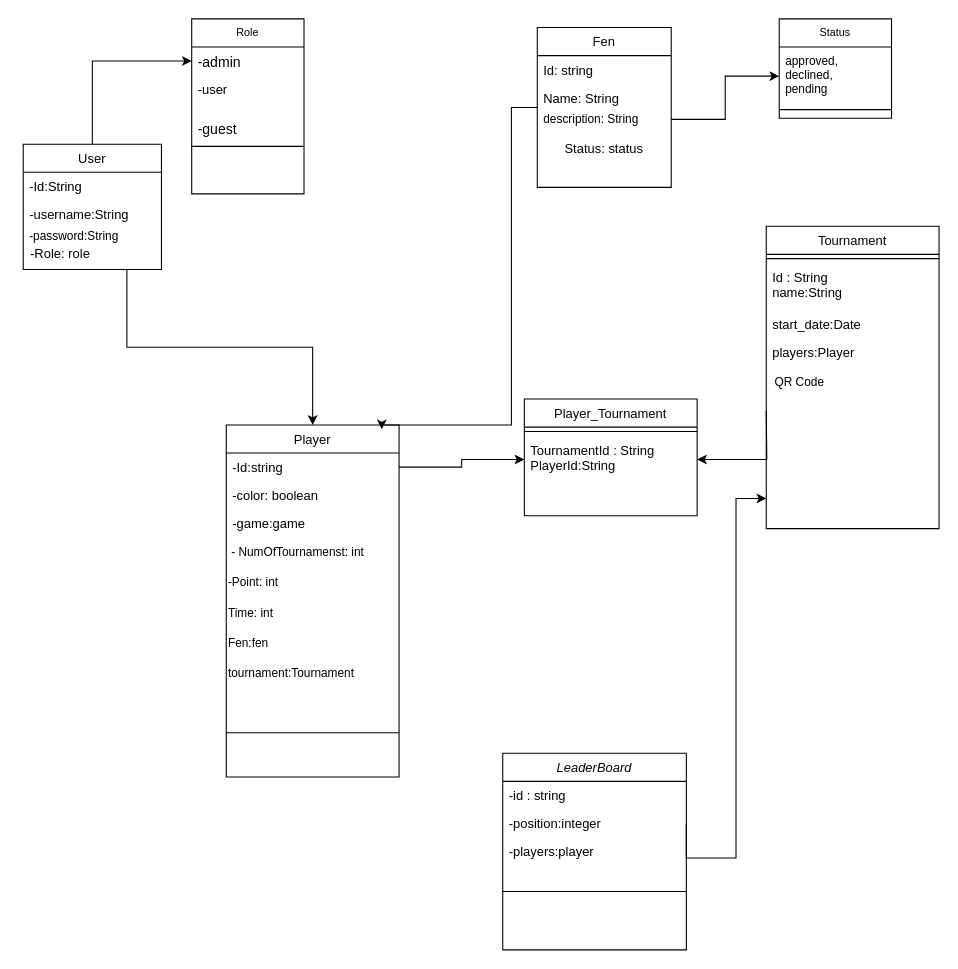
Before: chess_UML.drawio in MarijaMitrikeskaa/Chess_Spring, a draw.io diagram. Source tidied: cells renumbered, new cells numbered last; positions are measured from the earlier drawing's top-left corner, leaving out a move shared by most shapes. Both pictures are drawn from the tidied source at 108%, with x=0, y=0 at pixel (18, 18).
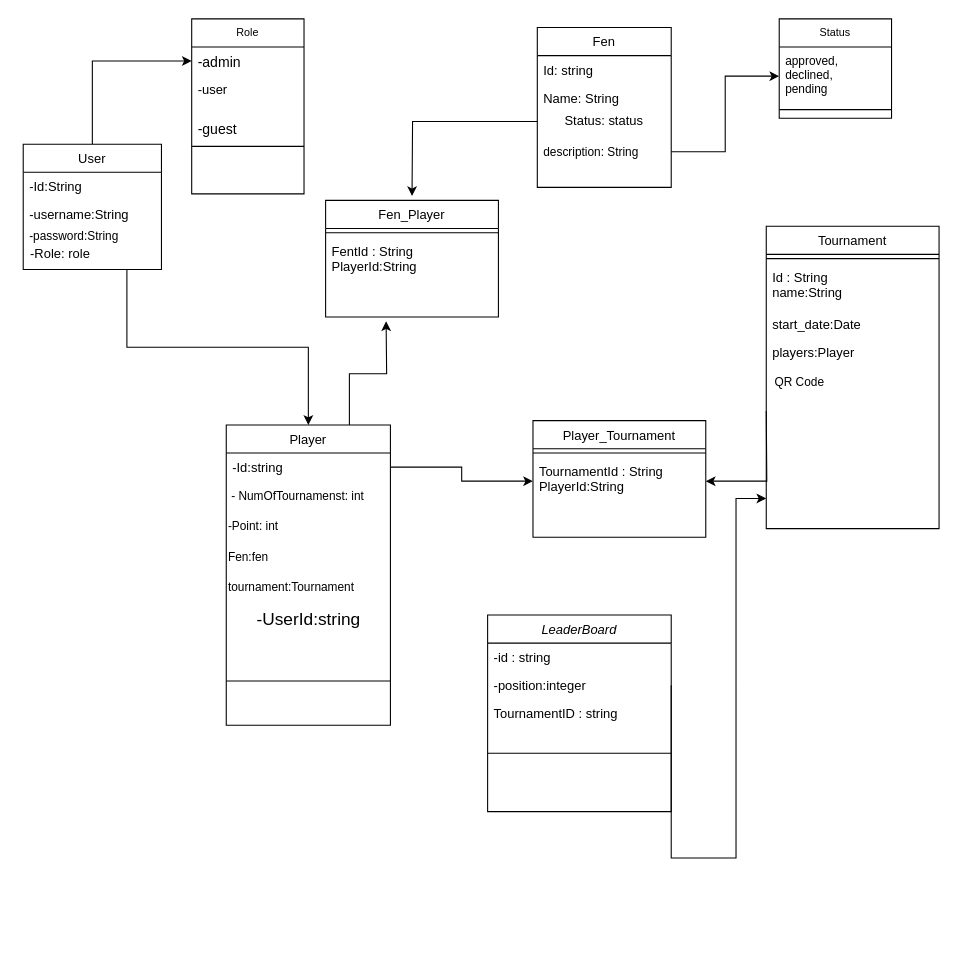
The same page after the edit.

The change refers to these unchanged cells:
```xml
<mxCell id="30" value="Fen" style="swimlane;fontStyle=0;align=center;verticalAlign=top;horizontal=1;startSize=26;rounded=0;shadow=0;strokeWidth=1;" parent="1" vertex="1">
  <mxGeometry x="480" y="8" width="124" height="148" as="geometry" />
</mxCell>
```

The edit, as a diff of the source:
```diff
@@
+    <mxCell id="51" style="edgeStyle=orthogonalEdgeStyle;rounded=0;jettySize=auto;html=1;exitX=0.75;exitY=0;exitDx=0;exitDy=0;" parent="1" edge="1" source="12">
+      <mxGeometry relative="1" as="geometry">
+        <mxPoint x="340" y="280" as="targetPoint" />
+      </mxGeometry>
+    </mxCell>
     <mxCell id="12" value="Player" style="swimlane;fontStyle=0;align=center;verticalAlign=top;horizontal=1;startSize=26;rounded=0;shadow=0;strokeWidth=1;" parent="1" vertex="1">
-      <mxGeometry x="192" y="376" width="160" height="326" as="geometry" />
+      <mxGeometry x="192" y="376" width="152" height="278" as="geometry" />
     </mxCell>
     <mxCell id="13" value="-Id:string" style="text;align=left;verticalAlign=top;spacingLeft=4;spacingRight=4;overflow=hidden;points=[[0,0.5],[1,0.5]];portConstraint=eastwest;" parent="12" vertex="1">
-      <mxGeometry y="26" width="160" height="26" as="geometry" />
+      <mxGeometry y="26" width="152" height="26" as="geometry" />
     </mxCell>
-    <mxCell id="14" value="-color: boolean" style="text;align=left;verticalAlign=top;spacingLeft=4;spacingRight=4;overflow=hidden;rounded=0;shadow=0;html=0;" parent="12" vertex="1">
-      <mxGeometry y="52" width="160" height="26" as="geometry" />
-    </mxCell>
-    <mxCell id="15" value="-game:game" style="text;align=left;verticalAlign=top;spacingLeft=4;spacingRight=4;overflow=hidden;rounded=0;shadow=0;html=0;" parent="12" vertex="1">
-      <mxGeometry y="78" width="160" height="26" as="geometry" />
-    </mxCell>
     <mxCell id="16" value="&amp;nbsp;- NumOfTournamenst: int" style="text;html=1;align=left;verticalAlign=middle;strokeColor=none;fillColor=none;fontSize=11;" parent="12" vertex="1">
-      <mxGeometry y="104" width="160" height="28" as="geometry" />
+      <mxGeometry y="52" width="152" height="28" as="geometry" />
     </mxCell>
     <mxCell id="17" value="-Point: int&amp;nbsp;" style="text;html=1;align=left;verticalAlign=middle;strokeColor=none;fillColor=none;fontSize=11;" parent="12" vertex="1">
-      <mxGeometry y="132" width="160" height="28" as="geometry" />
+      <mxGeometry y="80" width="152" height="28" as="geometry" />
     </mxCell>
-    <mxCell id="18" value="Time: int" style="text;html=1;align=left;verticalAlign=middle;strokeColor=none;fillColor=none;fontSize=11;" parent="12" vertex="1">
-      <mxGeometry y="160" width="160" height="28" as="geometry" />
-    </mxCell>
     <mxCell id="19" value="Fen:fen" style="text;html=1;align=left;verticalAlign=middle;strokeColor=none;fillColor=none;fontSize=11;" parent="12" vertex="1">
-      <mxGeometry y="188" width="160" height="28" as="geometry" />
+      <mxGeometry y="108" width="152" height="28" as="geometry" />
     </mxCell>
     <mxCell id="20" value="tournament:Tournament" style="text;html=1;align=left;verticalAlign=middle;strokeColor=none;fillColor=none;fontSize=11;" parent="12" vertex="1">
-      <mxGeometry y="216" width="160" height="28" as="geometry" />
+      <mxGeometry y="136" width="152" height="28" as="geometry" />
     </mxCell>
+    <mxCell id="52" value="&lt;span style=&quot;text-align: left; font-size: 16px;&quot;&gt;-UserId:string&lt;/span&gt;" style="text;html=1;align=center;verticalAlign=middle;strokeColor=none;fillColor=none;" parent="12" vertex="1">
+      <mxGeometry y="164" width="152" height="32" as="geometry" />
+    </mxCell>
     <mxCell id="21" style="line;html=1;strokeWidth=1;align=left;verticalAlign=middle;spacingTop=-1;spacingLeft=3;spacingRight=3;labelPosition=right;" parent="12" vertex="1">
-      <mxGeometry y="244" width="160" height="82" as="geometry" />
+      <mxGeometry y="196" width="152" height="82" as="geometry" />
     </mxCell>
     <mxCell id="22" value="LeaderBoard" style="swimlane;fontStyle=2;align=center;verticalAlign=top;horizontal=1;startSize=26;rounded=0;shadow=0;strokeWidth=1;" parent="1" vertex="1">
-      <mxGeometry x="448" y="680" width="170" height="182" as="geometry" />
+      <mxGeometry x="434" y="552" width="170" height="182" as="geometry" />
     </mxCell>
@@
-    <mxCell id="25" value="-players:player" style="text;align=left;verticalAlign=top;spacingLeft=4;spacingRight=4;overflow=hidden;" parent="22" vertex="1">
+    <mxCell id="25" value="TournamentID : string" style="text;align=left;verticalAlign=top;spacingLeft=4;spacingRight=4;overflow=hidden;" parent="22" vertex="1">
       <mxGeometry y="78" width="170" height="26" as="geometry" />
     </mxCell>
@@
-    <mxCell id="29" style="edgeStyle=orthogonalEdgeStyle;rounded=0;jettySize=auto;html=1;" parent="1" edge="1" source="30">
-      <mxGeometry relative="1" as="geometry">
-        <mxPoint x="336" y="380" as="targetPoint" />
-        <Array as="points">
-          <mxPoint x="456" y="82" />
-          <mxPoint x="456" y="376" />
-        </Array>
-      </mxGeometry>
-    </mxCell>
@@
+    <mxCell id="34" value="Status: status" style="text;html=1;strokeColor=none;fillColor=none;align=center;verticalAlign=middle;whiteSpace=wrap;rounded=0;fontSize=12;" parent="30" vertex="1">
+      <mxGeometry y="72" width="124" height="30" as="geometry" />
+    </mxCell>
     <mxCell id="33" value="description: String" style="text;align=left;verticalAlign=top;spacingLeft=4;spacingRight=4;overflow=hidden;points=[[0,0.5],[1,0.5]];portConstraint=eastwest;fontSize=11;" parent="30" vertex="1">
-      <mxGeometry y="72" width="124" height="26" as="geometry" />
+      <mxGeometry y="102" width="124" height="26" as="geometry" />
     </mxCell>
-    <mxCell id="34" value="Status: status" style="text;html=1;strokeColor=none;fillColor=none;align=center;verticalAlign=middle;whiteSpace=wrap;rounded=0;fontSize=12;" parent="30" vertex="1">
-      <mxGeometry y="98" width="124" height="30" as="geometry" />
-    </mxCell>
@@
     <mxCell id="45" value="Player_Tournament&#10;" style="swimlane;fontStyle=0;align=center;verticalAlign=top;horizontal=1;startSize=26;rounded=0;shadow=0;strokeWidth=1;" parent="1" vertex="1">
-      <mxGeometry x="468" y="352" width="160" height="108" as="geometry" />
+      <mxGeometry x="476" y="372" width="160" height="108" as="geometry" />
     </mxCell>
@@
+    <mxCell id="53" value="Fen_Player" style="swimlane;fontStyle=0;align=center;verticalAlign=top;horizontal=1;startSize=26;rounded=0;shadow=0;strokeWidth=1;" parent="1" vertex="1">
+      <mxGeometry x="284" y="168" width="160" height="108" as="geometry" />
+    </mxCell>
+    <mxCell id="54" style="line;html=1;strokeWidth=1;align=left;verticalAlign=middle;spacingTop=-1;spacingLeft=3;spacingRight=3;labelPosition=right;" parent="53" vertex="1">
+      <mxGeometry y="26" width="160" height="8" as="geometry" />
+    </mxCell>
+    <mxCell id="55" value="FentId : String&#10;PlayerId:String" style="text;align=left;verticalAlign=top;spacingLeft=4;spacingRight=4;overflow=hidden;" parent="53" vertex="1">
+      <mxGeometry y="34" width="160" height="44" as="geometry" />
+    </mxCell>
+    <mxCell id="56" style="edgeStyle=orthogonalEdgeStyle;rounded=0;jettySize=auto;html=1;" parent="1" edge="1" source="34">
+      <mxGeometry relative="1" as="geometry">
+        <mxPoint x="364" y="164" as="targetPoint" />
+      </mxGeometry>
+    </mxCell>
```
